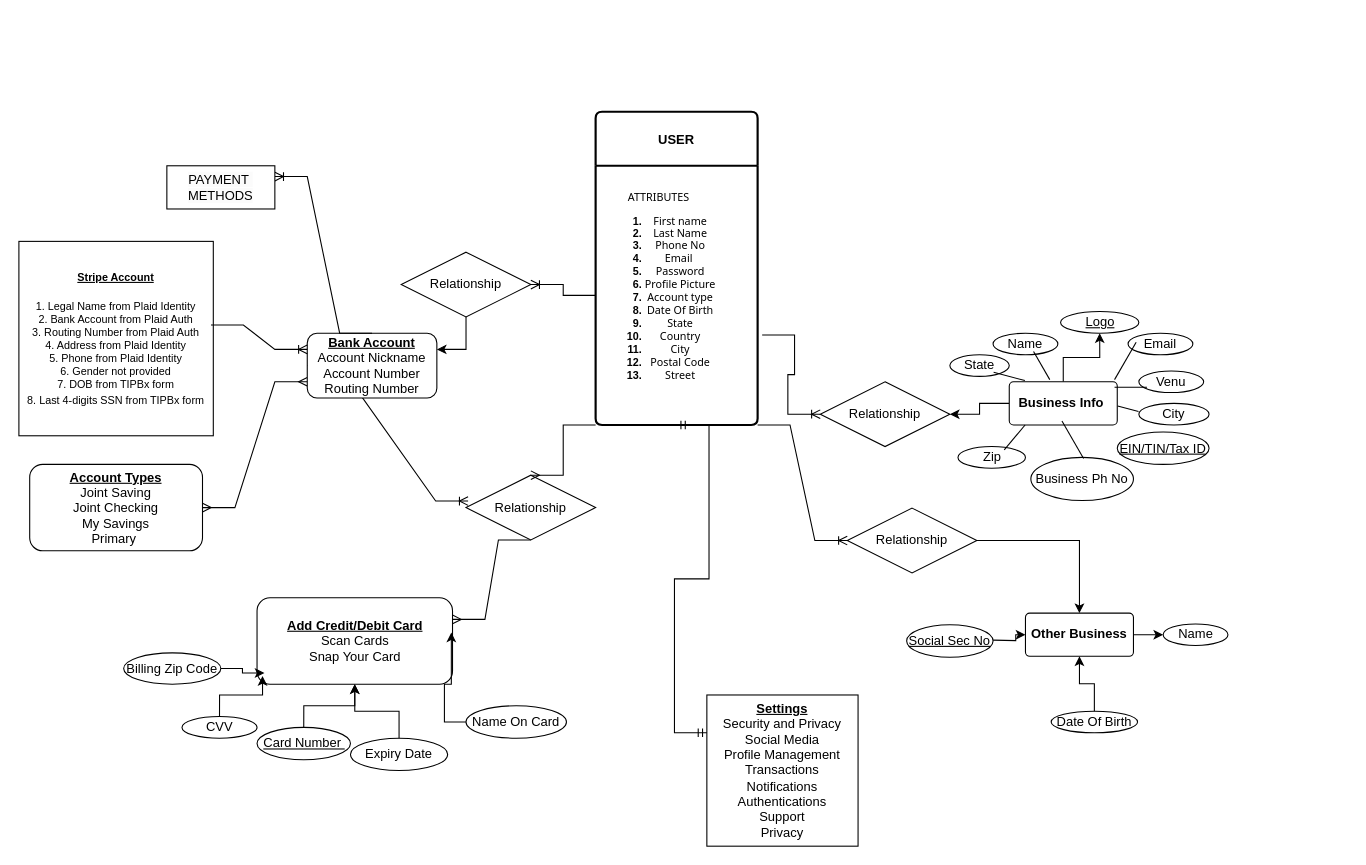
MJunaidWali/Twitter_New keeps this draw.io diagram as frontend/src/images/Untitled Diagram.drawio. Above is the earlier version. Source tidied: cells renumbered, new cells numbered last; positions are measured from the earlier drawing's top-left corner, leaving out a move shared by most shapes. Both pictures are drawn from the tidied source at 108%, with x=0, y=0 at pixel (18, 111).
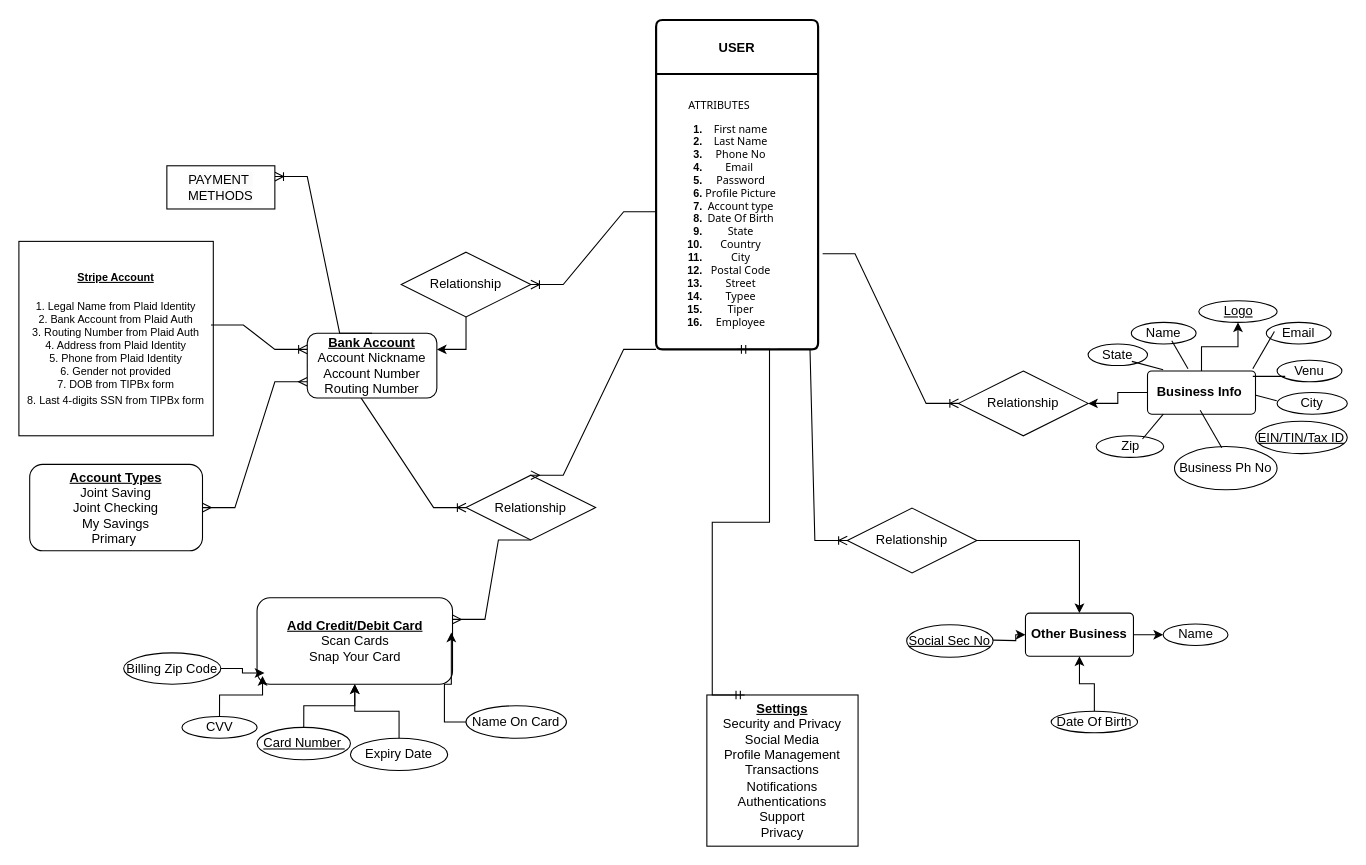
Above is the later version.

The change refers to these unchanged cells:
```xml
<mxCell id="4" value="&lt;b&gt;&lt;u&gt;Settings&lt;/u&gt;&lt;/b&gt;&lt;div&gt;Security and Privacy&lt;/div&gt;&lt;div&gt;Social Media&lt;/div&gt;&lt;div&gt;Profile Management&lt;/div&gt;&lt;div&gt;Transactions&lt;/div&gt;&lt;div&gt;Notifications&lt;/div&gt;&lt;div&gt;Authentications&lt;/div&gt;&lt;div&gt;Support&lt;/div&gt;&lt;div&gt;Privacy&lt;/div&gt;" style="whiteSpace=wrap;html=1;" parent="1" vertex="1">
  <mxGeometry x="637" y="540" width="140" height="140" as="geometry" />
</mxCell>
<mxCell id="13" value="&lt;b&gt;&lt;u&gt;Bank Account&lt;/u&gt;&lt;/b&gt;&lt;div&gt;Account Nickname&lt;/div&gt;&lt;div&gt;Account Number&lt;/div&gt;&lt;div&gt;Routing Number&lt;/div&gt;" style="rounded=1;whiteSpace=wrap;html=1;" parent="1" vertex="1">
  <mxGeometry x="267" y="205" width="120" height="60" as="geometry" />
</mxCell>
<mxCell id="19" value="Relationship" style="shape=rhombus;perimeter=rhombusPerimeter;whiteSpace=wrap;html=1;align=center;" parent="1" vertex="1">
  <mxGeometry x="414" y="336.5" width="120" height="60" as="geometry" />
</mxCell>
<mxCell id="60" value="Relationship" style="shape=rhombus;perimeter=rhombusPerimeter;whiteSpace=wrap;html=1;align=center;" parent="1" vertex="1">
  <mxGeometry x="767" y="367" width="120" height="60" as="geometry" />
</mxCell>
```

Diff of the diagram source:
```diff
@@
-    <mxCell id="7" style="edgeStyle=entityRelationEdgeStyle;fontSize=12;html=1;endArrow=ERoneToMany;rounded=0;exitX=1;exitY=1;exitDx=0;exitDy=0;entryX=0;entryY=0.5;entryDx=0;entryDy=0;" parent="1" edge="1" source="9" target="60">
-      <mxGeometry relative="1" as="geometry" />
+    <mxCell id="7" style="edgeStyle=entityRelationEdgeStyle;fontSize=12;html=1;endArrow=ERoneToMany;rounded=0;exitX=0.75;exitY=1;exitDx=0;exitDy=0;entryX=0;entryY=0.5;entryDx=0;entryDy=0;" parent="1" edge="1" source="9" target="60">
+      <mxGeometry relative="1" as="geometry">
+        <Array as="points">
+          <mxPoint x="737" y="260" />
+        </Array>
+      </mxGeometry>
     </mxCell>
     <mxCell id="8" value="&lt;b style=&quot;font-size: 12px;&quot;&gt;USER&lt;/b&gt;" style="swimlane;horizontal=1;startSize=50;rounded=1;fontSize=14;fontStyle=0;strokeWidth=2;shadow=0;dashed=0;align=center;arcSize=4;whiteSpace=wrap;html=1;" parent="1" vertex="1">
-      <mxGeometry x="534" width="150" height="290" as="geometry" />
+      <mxGeometry x="590" y="-85" width="150" height="305" as="geometry" />
     </mxCell>
-    <mxCell id="9" value="&lt;h5 style=&quot;text-align: center;&quot;&gt;&lt;div&gt;&lt;font face=&quot;Tahoma&quot;&gt;&lt;span style=&quot;text-wrap: wrap; font-weight: normal;&quot;&gt;ATTRIBUTES&lt;/span&gt;&lt;/font&gt;&lt;/div&gt;&lt;ol&gt;&lt;li&gt;&lt;font face=&quot;Tahoma&quot;&gt;&lt;span style=&quot;background-color: initial; text-wrap: wrap; font-weight: normal;&quot;&gt;First name&lt;/span&gt;&lt;/font&gt;&lt;/li&gt;&lt;li&gt;&lt;font style=&quot;font-weight: normal;&quot; face=&quot;Tahoma&quot;&gt;Last Name&lt;/font&gt;&lt;/li&gt;&lt;li&gt;&lt;font style=&quot;font-weight: normal;&quot; face=&quot;Tahoma&quot;&gt;Phone No&lt;/font&gt;&lt;/li&gt;&lt;li&gt;&lt;font style=&quot;font-weight: normal;&quot; face=&quot;Tahoma&quot;&gt;Email&amp;nbsp;&lt;/font&gt;&lt;/li&gt;&lt;li&gt;&lt;font style=&quot;font-weight: normal;&quot; face=&quot;Tahoma&quot;&gt;Password&lt;/font&gt;&lt;/li&gt;&lt;li&gt;&lt;font style=&quot;font-weight: normal;&quot; face=&quot;Tahoma&quot;&gt;Profile Picture&lt;/font&gt;&lt;/li&gt;&lt;li&gt;&lt;font style=&quot;font-weight: normal;&quot; face=&quot;Tahoma&quot;&gt;Account type&lt;/font&gt;&lt;/li&gt;&lt;li&gt;&lt;font style=&quot;font-weight: normal;&quot; face=&quot;Tahoma&quot;&gt;Date Of Birth&lt;/font&gt;&lt;/li&gt;&lt;li&gt;&lt;font style=&quot;font-weight: normal;&quot; face=&quot;Tahoma&quot;&gt;State&lt;/font&gt;&lt;/li&gt;&lt;li&gt;&lt;font style=&quot;font-weight: normal;&quot; face=&quot;Tahoma&quot;&gt;Country&lt;/font&gt;&lt;/li&gt;&lt;li&gt;&lt;font style=&quot;font-weight: normal;&quot; face=&quot;Tahoma&quot;&gt;City&lt;/font&gt;&lt;/li&gt;&lt;li&gt;&lt;font style=&quot;font-weight: normal;&quot; face=&quot;Tahoma&quot;&gt;Postal Code&lt;/font&gt;&lt;/li&gt;&lt;li&gt;&lt;font style=&quot;font-weight: normal;&quot; face=&quot;Tahoma&quot;&gt;Street&lt;/font&gt;&lt;/li&gt;&lt;/ol&gt;&lt;/h5&gt;" style="align=left;strokeColor=none;fillColor=none;spacingLeft=4;fontSize=12;verticalAlign=top;html=1;" parent="8" vertex="1">
-      <mxGeometry y="50" width="150" height="240" as="geometry" />
+    <mxCell id="9" value="&lt;h5 style=&quot;text-align: center;&quot;&gt;&lt;div&gt;&lt;font face=&quot;Tahoma&quot;&gt;&lt;span style=&quot;text-wrap: wrap; font-weight: normal;&quot;&gt;ATTRIBUTES&lt;/span&gt;&lt;/font&gt;&lt;/div&gt;&lt;ol&gt;&lt;li&gt;&lt;font face=&quot;Tahoma&quot;&gt;&lt;span style=&quot;background-color: initial; text-wrap: wrap; font-weight: normal;&quot;&gt;First name&lt;/span&gt;&lt;/font&gt;&lt;/li&gt;&lt;li&gt;&lt;font style=&quot;font-weight: normal;&quot; face=&quot;Tahoma&quot;&gt;Last Name&lt;/font&gt;&lt;/li&gt;&lt;li&gt;&lt;font style=&quot;font-weight: normal;&quot; face=&quot;Tahoma&quot;&gt;Phone No&lt;/font&gt;&lt;/li&gt;&lt;li&gt;&lt;font style=&quot;font-weight: normal;&quot; face=&quot;Tahoma&quot;&gt;Email&amp;nbsp;&lt;/font&gt;&lt;/li&gt;&lt;li&gt;&lt;font style=&quot;font-weight: normal;&quot; face=&quot;Tahoma&quot;&gt;Password&lt;/font&gt;&lt;/li&gt;&lt;li&gt;&lt;font style=&quot;font-weight: normal;&quot; face=&quot;Tahoma&quot;&gt;Profile Picture&lt;/font&gt;&lt;/li&gt;&lt;li&gt;&lt;font style=&quot;font-weight: normal;&quot; face=&quot;Tahoma&quot;&gt;Account type&lt;/font&gt;&lt;/li&gt;&lt;li&gt;&lt;font style=&quot;font-weight: normal;&quot; face=&quot;Tahoma&quot;&gt;Date Of Birth&lt;/font&gt;&lt;/li&gt;&lt;li&gt;&lt;font style=&quot;font-weight: normal;&quot; face=&quot;Tahoma&quot;&gt;State&lt;/font&gt;&lt;/li&gt;&lt;li&gt;&lt;font style=&quot;font-weight: normal;&quot; face=&quot;Tahoma&quot;&gt;Country&lt;/font&gt;&lt;/li&gt;&lt;li&gt;&lt;font style=&quot;font-weight: normal;&quot; face=&quot;Tahoma&quot;&gt;City&lt;/font&gt;&lt;/li&gt;&lt;li&gt;&lt;font style=&quot;font-weight: normal;&quot; face=&quot;Tahoma&quot;&gt;Postal Code&lt;/font&gt;&lt;/li&gt;&lt;li&gt;&lt;font style=&quot;font-weight: normal;&quot; face=&quot;Tahoma&quot;&gt;Street&lt;/font&gt;&lt;/li&gt;&lt;li&gt;&lt;font style=&quot;font-weight: normal;&quot; face=&quot;Tahoma&quot;&gt;Typee&lt;/font&gt;&lt;/li&gt;&lt;li&gt;&lt;font style=&quot;font-weight: normal;&quot; face=&quot;Tahoma&quot;&gt;Tiper&lt;/font&gt;&lt;/li&gt;&lt;li&gt;&lt;font style=&quot;font-weight: normal;&quot; face=&quot;Tahoma&quot;&gt;Employee&lt;/font&gt;&lt;/li&gt;&lt;/ol&gt;&lt;/h5&gt;" style="align=left;strokeColor=none;fillColor=none;spacingLeft=4;fontSize=12;verticalAlign=top;html=1;" parent="8" vertex="1">
+      <mxGeometry y="50" width="150" height="255" as="geometry" />
     </mxCell>
@@
-    <mxCell id="12" style="edgeStyle=entityRelationEdgeStyle;fontSize=12;html=1;endArrow=ERoneToMany;rounded=0;exitX=0;exitY=0.5;exitDx=0;exitDy=0;entryX=0.016;entryY=0.399;entryDx=0;entryDy=0;entryPerimeter=0;" parent="1" edge="1" source="13" target="19">
+    <mxCell id="12" style="edgeStyle=entityRelationEdgeStyle;fontSize=12;html=1;endArrow=ERoneToMany;rounded=0;exitX=0;exitY=0.5;exitDx=0;exitDy=0;entryX=0;entryY=0.5;entryDx=0;entryDy=0;" parent="1" edge="1" source="13" target="19">
       <mxGeometry relative="1" as="geometry" />
     </mxCell>
@@
-    <mxCell id="17" style="edgeStyle=entityRelationEdgeStyle;fontSize=12;html=1;endArrow=ERmandOne;startArrow=ERmandOne;rounded=0;exitX=0;exitY=0.25;exitDx=0;exitDy=0;entryX=0.5;entryY=1;entryDx=0;entryDy=0;" parent="1" edge="1" source="4" target="9">
+    <mxCell id="17" style="edgeStyle=entityRelationEdgeStyle;fontSize=12;html=1;endArrow=ERmandOne;startArrow=ERmandOne;rounded=0;exitX=0.25;exitY=0;exitDx=0;exitDy=0;entryX=0.5;entryY=1;entryDx=0;entryDy=0;" parent="1" edge="1" source="4" target="9">
       <mxGeometry relative="1" as="geometry">
         <Array as="points">
           <mxPoint x="687.5" y="570" />
           <mxPoint x="667.5" y="600" />
           <mxPoint x="717.5" y="600" />
         </Array>
       </mxGeometry>
     </mxCell>
@@
     <mxCell id="36" value="&lt;b&gt;Business Info&amp;nbsp;&lt;/b&gt;" style="rounded=1;arcSize=10;whiteSpace=wrap;html=1;align=center;" parent="1" vertex="1">
-      <mxGeometry x="917" y="250" width="100" height="40" as="geometry" />
+      <mxGeometry x="1045" y="240" width="100" height="40" as="geometry" />
     </mxCell>
     <mxCell id="37" value="&lt;div&gt;&lt;span style=&quot;background-color: initial;&quot;&gt;City&lt;/span&gt;&lt;/div&gt;" style="ellipse;whiteSpace=wrap;html=1;align=center;" parent="1" vertex="1">
-      <mxGeometry x="1037" y="270" width="65" height="20" as="geometry" />
+      <mxGeometry x="1165" y="260" width="65" height="20" as="geometry" />
     </mxCell>
     <mxCell id="38" value="&lt;div&gt;&lt;u&gt;EIN/TIN/Tax ID&lt;/u&gt;&lt;/div&gt;" style="ellipse;whiteSpace=wrap;html=1;align=center;" parent="1" vertex="1">
-      <mxGeometry x="1017" y="296.5" width="85" height="30" as="geometry" />
+      <mxGeometry x="1145" y="286.5" width="85" height="30" as="geometry" />
     </mxCell>
     <mxCell id="39" value="Email" style="ellipse;whiteSpace=wrap;html=1;align=center;" parent="1" vertex="1">
-      <mxGeometry x="1027" y="205" width="60" height="20" as="geometry" />
+      <mxGeometry x="1155" y="195" width="60" height="20" as="geometry" />
     </mxCell>
     <mxCell id="40" value="Venu" style="ellipse;whiteSpace=wrap;html=1;align=center;" parent="1" vertex="1">
-      <mxGeometry x="1037" y="240" width="60" height="20" as="geometry" />
+      <mxGeometry x="1165" y="230" width="60" height="20" as="geometry" />
     </mxCell>
     <mxCell id="41" value="Name" style="ellipse;whiteSpace=wrap;html=1;align=center;" parent="1" vertex="1">
-      <mxGeometry x="902" y="205" width="60" height="20" as="geometry" />
+      <mxGeometry x="1030" y="195" width="60" height="20" as="geometry" />
     </mxCell>
     <mxCell id="42" value="&lt;div&gt;&lt;span style=&quot;background-color: initial;&quot;&gt;State&lt;/span&gt;&lt;/div&gt;" style="ellipse;whiteSpace=wrap;html=1;align=center;" parent="1" vertex="1">
-      <mxGeometry x="862" y="225" width="55" height="20" as="geometry" />
+      <mxGeometry x="990" y="215" width="55" height="20" as="geometry" />
     </mxCell>
     <mxCell id="43" value="&lt;div&gt;&lt;span style=&quot;background-color: initial;&quot;&gt;Zip&lt;/span&gt;&lt;/div&gt;" style="ellipse;whiteSpace=wrap;html=1;align=center;" parent="1" vertex="1">
-      <mxGeometry x="869.5" y="310" width="62.5" height="20" as="geometry" />
+      <mxGeometry x="997.5" y="300" width="62.5" height="20" as="geometry" />
     </mxCell>
     <mxCell id="44" value="&lt;div&gt;&lt;span style=&quot;background-color: initial;&quot;&gt;Business Ph No&lt;/span&gt;&lt;/div&gt;" style="ellipse;whiteSpace=wrap;html=1;align=center;" parent="1" vertex="1">
-      <mxGeometry x="937" y="320" width="95" height="40" as="geometry" />
+      <mxGeometry x="1070" y="310" width="95" height="40" as="geometry" />
     </mxCell>
     <mxCell id="45" value="&lt;div&gt;&lt;span style=&quot;background-color: initial;&quot;&gt;&lt;u&gt;Logo&lt;/u&gt;&lt;/span&gt;&lt;/div&gt;" style="ellipse;whiteSpace=wrap;html=1;align=center;" parent="1" vertex="1">
-      <mxGeometry x="964.5" y="185" width="72.5" height="20" as="geometry" />
+      <mxGeometry x="1092.5" y="175" width="72.5" height="20" as="geometry" />
     </mxCell>
     <mxCell id="46" value="Relationship" style="shape=rhombus;perimeter=rhombusPerimeter;whiteSpace=wrap;html=1;align=center;" parent="1" vertex="1">
-      <mxGeometry x="742" y="250" width="120" height="60" as="geometry" />
+      <mxGeometry x="870" y="240" width="120" height="60" as="geometry" />
     </mxCell>
     <mxCell id="47" style="line;strokeWidth=1;html=1;perimeter=backbonePerimeter;rotation=15;" parent="1" vertex="1">
-      <mxGeometry x="1017" y="270" width="20" height="10" as="geometry" />
+      <mxGeometry x="1145" y="260" width="20" height="10" as="geometry" />
     </mxCell>
     <mxCell id="48" style="line;strokeWidth=1;html=1;rotation=60;" parent="1" vertex="1">
-      <mxGeometry x="932" y="230" width="30" height="10" as="geometry" />
+      <mxGeometry x="1060" y="220" width="30" height="10" as="geometry" />
     </mxCell>
     <mxCell id="49" style="line;strokeWidth=1;html=1;rotation=15;" parent="1" vertex="1">
-      <mxGeometry x="902" y="240" width="30" height="10" as="geometry" />
+      <mxGeometry x="1030" y="230" width="30" height="10" as="geometry" />
     </mxCell>
     <mxCell id="50" style="line;strokeWidth=1;html=1;" parent="1" vertex="1">
-      <mxGeometry x="1014.5" y="250" width="30" height="10" as="geometry" />
+      <mxGeometry x="1142.5" y="240" width="30" height="10" as="geometry" />
     </mxCell>
     <mxCell id="51" style="line;strokeWidth=1;html=1;rotation=-50;" parent="1" vertex="1">
-      <mxGeometry x="907" y="296.5" width="30" height="10" as="geometry" />
+      <mxGeometry x="1035" y="286.5" width="30" height="10" as="geometry" />
     </mxCell>
     <mxCell id="52" style="line;strokeWidth=1;html=1;rotation=60;" parent="1" vertex="1">
-      <mxGeometry x="955.8" y="298.7" width="40" height="10" as="geometry" />
+      <mxGeometry x="1083.8" y="288.7" width="40" height="10" as="geometry" />
     </mxCell>
     <mxCell id="53" style="line;strokeWidth=1;html=1;rotation=-60;" parent="1" vertex="1">
-      <mxGeometry x="1004.5" y="225.7" width="40" height="10" as="geometry" />
+      <mxGeometry x="1132.5" y="215.7" width="40" height="10" as="geometry" />
     </mxCell>
```
